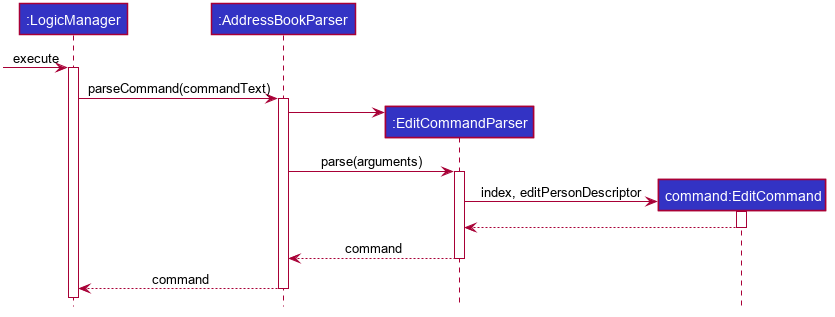
Above: docs/images/tracing/LogicSequenceDiagram.png in nus-cs2103-AY2223S1/tp (PlantUML), before the change. The source it was exported from:
```plantuml
@startuml








skinparam BackgroundColor #FFFFFFF

skinparam Shadowing false

skinparam Class {
    FontColor #FFFFFF
    BorderThickness 1
    BorderColor #FFFFFF
    StereotypeFontColor #FFFFFF
    FontName Arial
}

skinparam Actor {
    BorderColor #000000
    Color #000000
    FontName Arial
}

skinparam Sequence {
    MessageAlign center
    BoxFontSize 15
    BoxPadding 0
    BoxFontColor #FFFFFF
    FontName Arial
}

skinparam Participant {
    FontColor #FFFFFFF
    Padding 20
}

skinparam MinClassWidth 50
skinparam ParticipantPadding 10
skinparam Shadowing false
skinparam DefaultTextAlignment center
skinparam packageStyle Rectangle

hide footbox
hide members
hide circle

Participant ":LogicManager" as logic #3333C4
Participant ":AddressBookParser" as abp #3333C4
Participant ":EditCommandParser" as ecp #3333C4
Participant "command:EditCommand" as ec #3333C4

[-> logic : execute
activate logic
logic -> abp ++: parseCommand(commandText)
create ecp
abp -> ecp
abp -> ecp ++: parse(arguments)
create ec
ecp -> ec ++: index, editPersonDescriptor
ec --> ecp --
ecp --> abp --: command
abp --> logic --: command

@enduml
```
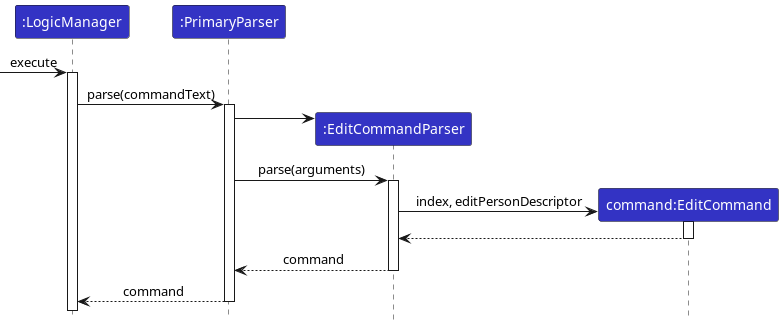
After the commit.

Change to the diagram source:
```diff
@@ -1,61 +1,14 @@
 @startuml
+!include ../style.puml
 
-
-
-
-
-
-
-
-skinparam BackgroundColor #FFFFFFF
-
-skinparam Shadowing false
-
-skinparam Class {
-    FontColor #FFFFFF
-    BorderThickness 1
-    BorderColor #FFFFFF
-    StereotypeFontColor #FFFFFF
-    FontName Arial
-}
-
-skinparam Actor {
-    BorderColor #000000
-    Color #000000
-    FontName Arial
-}
-
-skinparam Sequence {
-    MessageAlign center
-    BoxFontSize 15
-    BoxPadding 0
-    BoxFontColor #FFFFFF
-    FontName Arial
-}
-
-skinparam Participant {
-    FontColor #FFFFFFF
-    Padding 20
-}
-
-skinparam MinClassWidth 50
-skinparam ParticipantPadding 10
-skinparam Shadowing false
-skinparam DefaultTextAlignment center
-skinparam packageStyle Rectangle
-
-hide footbox
-hide members
-hide circle
-
-Participant ":LogicManager" as logic #3333C4
-Participant ":AddressBookParser" as abp #3333C4
-Participant ":EditCommandParser" as ecp #3333C4
-Participant "command:EditCommand" as ec #3333C4
+Participant ":LogicManager" as logic LOGIC_COLOR
+Participant ":PrimaryParser" as abp LOGIC_COLOR
+Participant ":EditCommandParser" as ecp LOGIC_COLOR
+Participant "command:EditCommand" as ec LOGIC_COLOR
 
 [-> logic : execute
 activate logic
-logic -> abp ++: parseCommand(commandText)
+logic -> abp ++: parse(commandText)
 create ecp
 abp -> ecp
 abp -> ecp ++: parse(arguments)
```
